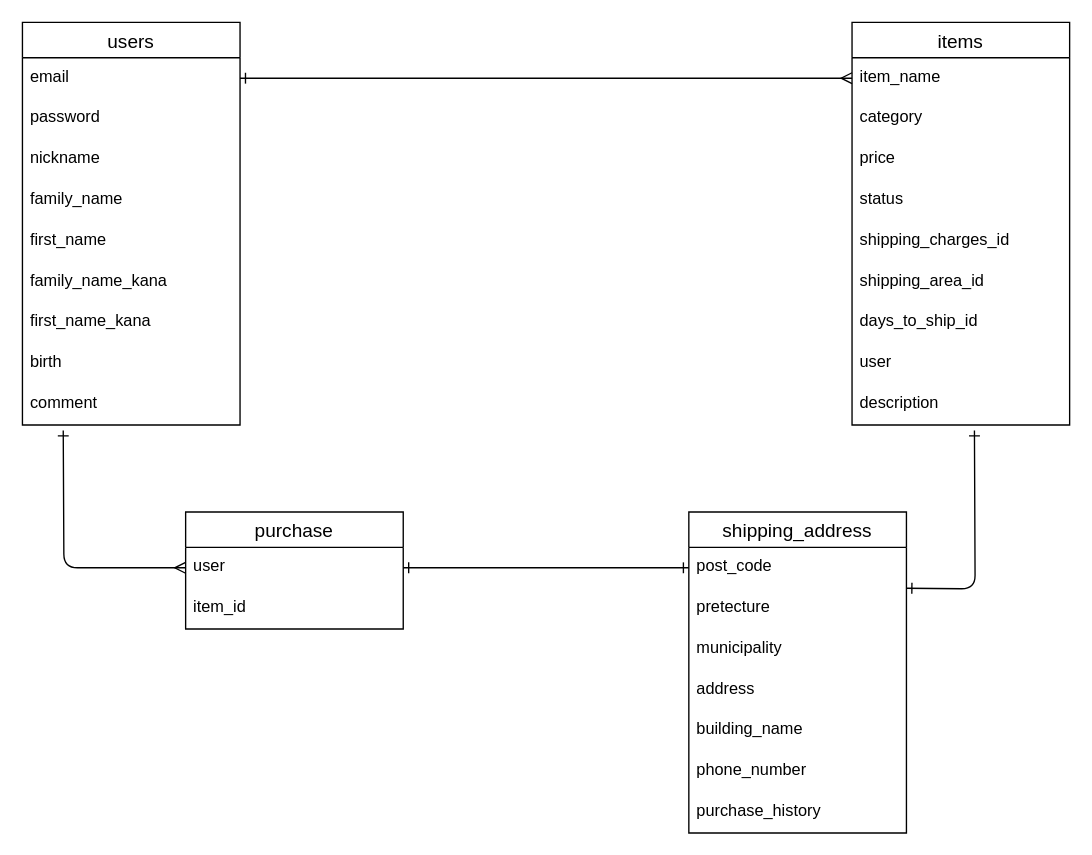
Before: ER.dio in masashikuwahara/furima-35089, a draw.io diagram. Source tidied: cells renumbered, new cells numbered last; positions are measured from the earlier drawing's top-left corner, leaving out a move shared by most shapes. Both pictures are drawn from the tidied source at 136%, with x=0, y=0 at pixel (22, 22).
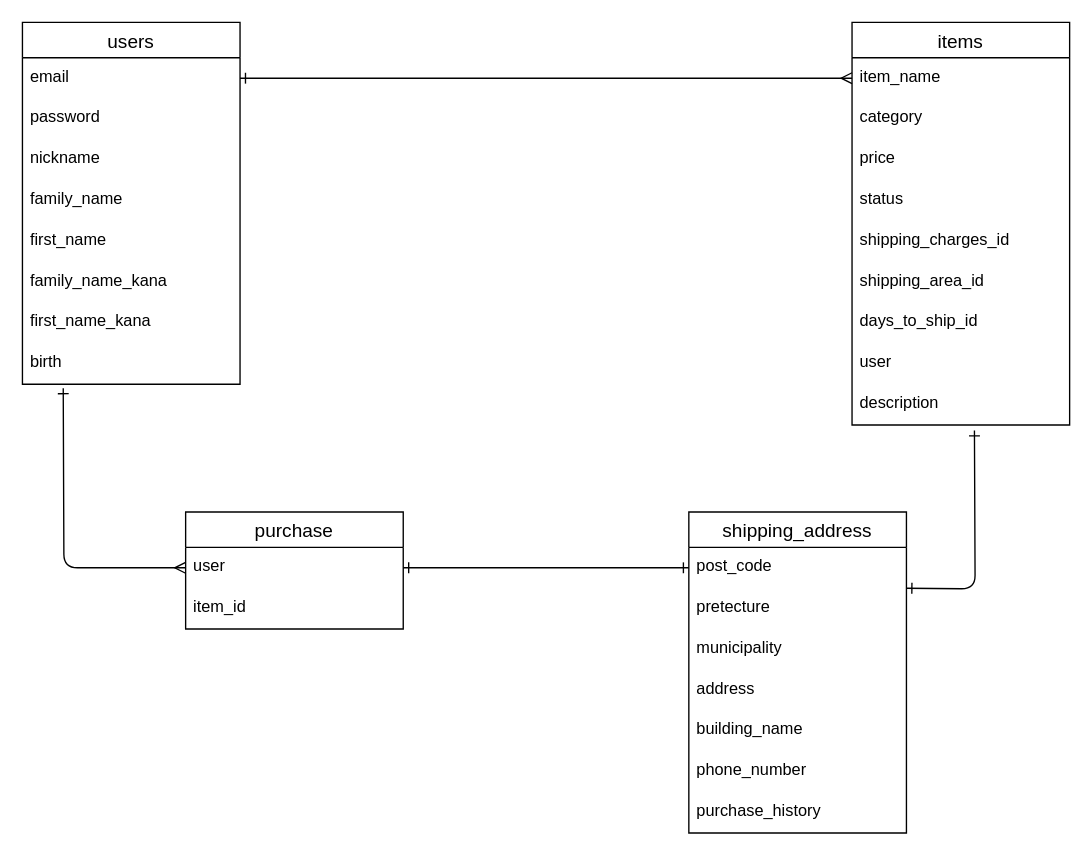
The same diagram, later.

The change refers to these unchanged cells:
```xml
<mxCell id="15" value="user" style="text;strokeColor=none;fillColor=none;spacingLeft=4;spacingRight=4;overflow=hidden;points=[[0,0.5],[1,0.5]];portConstraint=eastwest;fontSize=12;" parent="14" vertex="1">
  <mxGeometry y="26" width="160" height="30" as="geometry" />
</mxCell>
```

What changed in the source:
```diff
@@
     <mxCell id="2" value="users" style="swimlane;fontStyle=0;horizontal=1;startSize=26;align=center;fontSize=14;rounded=0;sketch=0;" parent="1" vertex="1">
-      <mxGeometry width="160" height="296" as="geometry" />
+      <mxGeometry width="160" height="266" as="geometry" />
     </mxCell>
@@
-    <mxCell id="12" value="comment" style="text;strokeColor=none;fillColor=none;spacingLeft=4;spacingRight=4;overflow=hidden;fontSize=12;" parent="2" vertex="1">
-      <mxGeometry y="266" width="160" height="30" as="geometry" />
-    </mxCell>
@@
     <mxCell id="27" style="edgeStyle=orthogonalEdgeStyle;curved=0;rounded=1;sketch=0;jettySize=auto;html=1;exitX=0;exitY=0.5;exitDx=0;exitDy=0;endArrow=ERone;endFill=0;startArrow=ERmany;startFill=0;" parent="1" edge="1" source="15">
       <mxGeometry relative="1" as="geometry">
-        <mxPoint x="30" y="300" as="targetPoint" />
+        <mxPoint x="30" y="269" as="targetPoint" />
       </mxGeometry>
     </mxCell>
```
